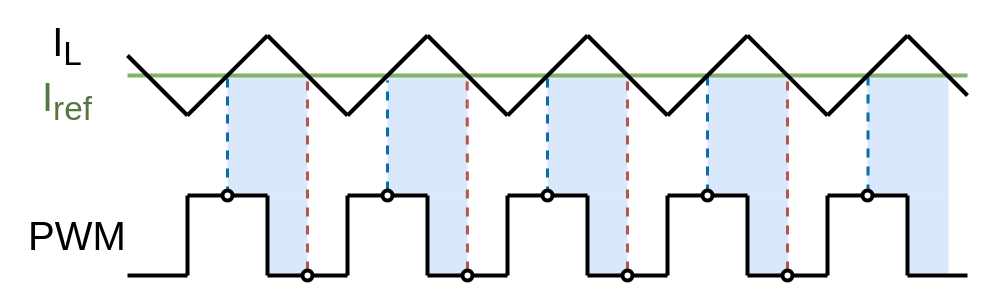
This is Report/Pictures/PWMsignals/PWMsignalsV3.drawio from NicolaiFransen/SemesterProjectPED2, a draw.io file, before an edit. Source tidied: cells renumbered, new cells numbered last; positions are measured from the earlier drawing's top-left corner, leaving out a move shared by most shapes. Both pictures are drawn from the tidied source at 100%, with x=0, y=0 at pixel (17, 25).
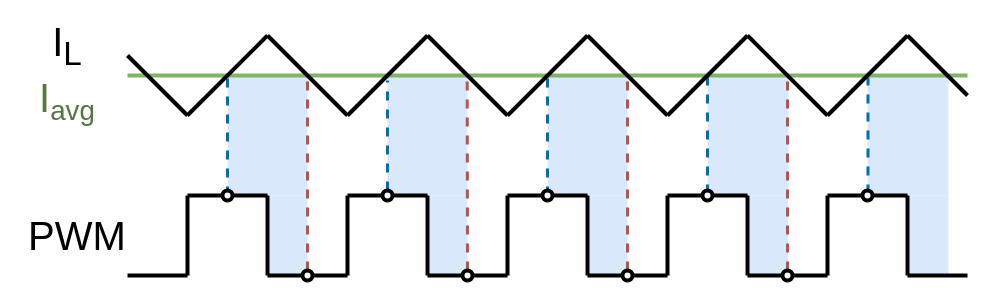
The same diagram, later.

Change to the diagram source:
```diff
@@
-    <mxCell id="39" value="I&lt;sub&gt;ref&lt;/sub&gt;" style="text;html=1;align=center;verticalAlign=middle;whiteSpace=wrap;rounded=0;fontSize=40;labelBackgroundColor=#ffffff;fontColor=#557542;" parent="1" vertex="1">
+    <mxCell id="39" value="I&lt;span style=&quot;font-size: 33.3333px&quot;&gt;&lt;sub&gt;avg&lt;/sub&gt;&lt;/span&gt;" style="text;html=1;align=center;verticalAlign=middle;whiteSpace=wrap;rounded=0;fontSize=40;labelBackgroundColor=#ffffff;fontColor=#557542;" parent="1" vertex="1">
       <mxGeometry y="55" width="100" height="40" as="geometry" />
     </mxCell>
```
